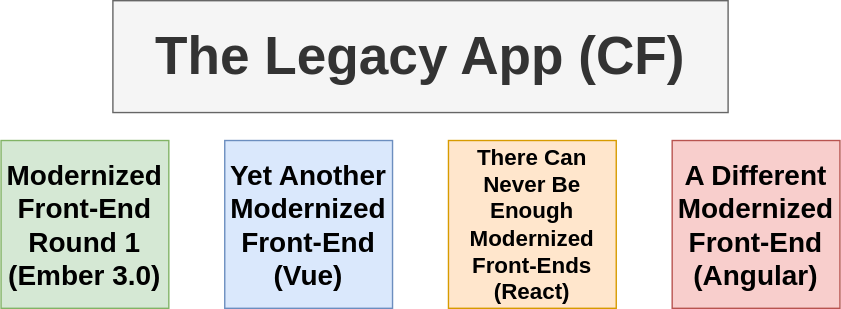
This is public/images/the-nightmare.svg from kaiyote/lit-component-library-talk, a draw.io export, as it was before one commit. Source tidied: cells renumbered, new cells last; positions are measured from the earlier drawing's top-left corner, leaving out a move shared by most shapes. Its diagram source:
```xml
<mxGraphModel>
  <root>
    <mxCell id="0" />
    <mxCell id="1" parent="0" />
    <mxCell id="2" value="&lt;font style=&quot;font-size: 38px;&quot;&gt;&lt;b&gt;The Legacy App (CF)&lt;/b&gt;&lt;/font&gt;" style="rounded=0;whiteSpace=wrap;html=1;fillColor=#f5f5f5;strokeColor=#666666;fontColor=#333333;" parent="1" vertex="1">
      <mxGeometry x="80" width="440" height="80" as="geometry" />
    </mxCell>
    <mxCell id="3" value="&lt;b&gt;&lt;font style=&quot;font-size: 20px;&quot;&gt;Modernized Front-End Round 1 (Ember 3.0)&lt;/font&gt;&lt;/b&gt;" style="whiteSpace=wrap;html=1;fillColor=#d5e8d4;strokeColor=#82b366;" parent="1" vertex="1">
      <mxGeometry y="100" width="120" height="120" as="geometry" />
    </mxCell>
    <mxCell id="4" value="&lt;b&gt;&lt;font style=&quot;font-size: 20px;&quot;&gt;A Different Modernized Front-End (Angular)&lt;/font&gt;&lt;/b&gt;" style="whiteSpace=wrap;html=1;fillColor=#f8cecc;strokeColor=#b85450;" parent="1" vertex="1">
      <mxGeometry x="480" y="100" width="120" height="120" as="geometry" />
    </mxCell>
    <mxCell id="5" value="&lt;b&gt;&lt;font style=&quot;font-size: 20px;&quot;&gt;Yet Another Modernized Front-End (Vue)&lt;/font&gt;&lt;/b&gt;" style="whiteSpace=wrap;html=1;fillColor=#dae8fc;strokeColor=#6c8ebf;" parent="1" vertex="1">
      <mxGeometry x="160" y="100" width="120" height="120" as="geometry" />
    </mxCell>
    <mxCell id="6" value="&lt;font size=&quot;1&quot; style=&quot;&quot;&gt;&lt;b style=&quot;font-size: 16px;&quot;&gt;There Can Never Be Enough Modernized Front-Ends (React)&lt;/b&gt;&lt;/font&gt;" style="whiteSpace=wrap;html=1;fillColor=#ffe6cc;strokeColor=#d79b00;" parent="1" vertex="1">
      <mxGeometry x="320" y="100" width="120" height="120" as="geometry" />
    </mxCell>
  </root>
</mxGraphModel>
```
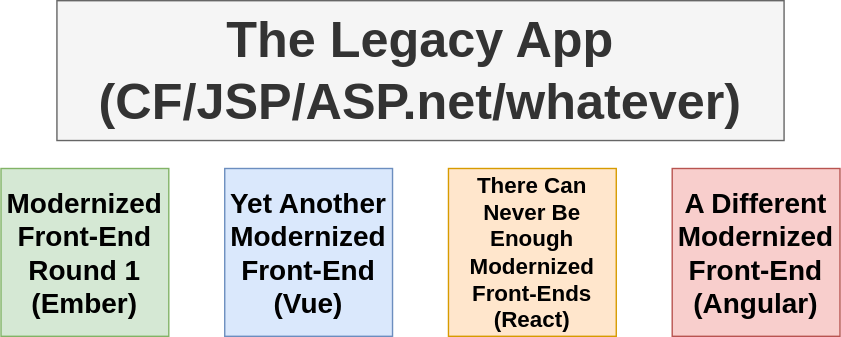
Later version of the same file.

What changed in the source:
```diff
@@ -2,10 +2,10 @@
   <root>
     <mxCell id="0" />
     <mxCell id="1" parent="0" />
-    <mxCell id="2" value="&lt;font style=&quot;font-size: 38px;&quot;&gt;&lt;b&gt;The Legacy App (CF)&lt;/b&gt;&lt;/font&gt;" style="rounded=0;whiteSpace=wrap;html=1;fillColor=#f5f5f5;strokeColor=#666666;fontColor=#333333;" parent="1" vertex="1">
-      <mxGeometry x="80" width="440" height="80" as="geometry" />
+    <mxCell id="2" value="&lt;font size=&quot;1&quot; style=&quot;&quot;&gt;&lt;b style=&quot;font-size: 36px;&quot;&gt;The Legacy App (CF/JSP/ASP.net/whatever)&lt;/b&gt;&lt;/font&gt;" style="rounded=0;whiteSpace=wrap;html=1;fillColor=#f5f5f5;strokeColor=#666666;fontColor=#333333;" parent="1" vertex="1">
+      <mxGeometry x="40" y="-20" width="520" height="100" as="geometry" />
     </mxCell>
-    <mxCell id="3" value="&lt;b&gt;&lt;font style=&quot;font-size: 20px;&quot;&gt;Modernized Front-End Round 1 (Ember 3.0)&lt;/font&gt;&lt;/b&gt;" style="whiteSpace=wrap;html=1;fillColor=#d5e8d4;strokeColor=#82b366;" parent="1" vertex="1">
+    <mxCell id="3" value="&lt;b&gt;&lt;font style=&quot;font-size: 20px;&quot;&gt;Modernized Front-End Round 1 (Ember)&lt;/font&gt;&lt;/b&gt;" style="whiteSpace=wrap;html=1;fillColor=#d5e8d4;strokeColor=#82b366;" parent="1" vertex="1">
       <mxGeometry y="100" width="120" height="120" as="geometry" />
     </mxCell>
     <mxCell id="4" value="&lt;b&gt;&lt;font style=&quot;font-size: 20px;&quot;&gt;A Different Modernized Front-End (Angular)&lt;/font&gt;&lt;/b&gt;" style="whiteSpace=wrap;html=1;fillColor=#f8cecc;strokeColor=#b85450;" parent="1" vertex="1">
```
